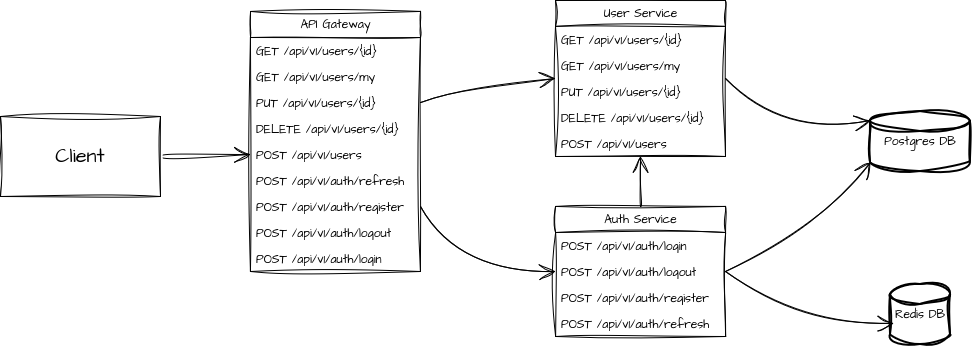
The draw.io diagram diagrams/Services Diagram.drawio.png in Alebik0/go-auth, before a commit. Source tidied: cells renumbered, new cells last; positions are measured from the earlier drawing's top-left corner, leaving out a move shared by most shapes.
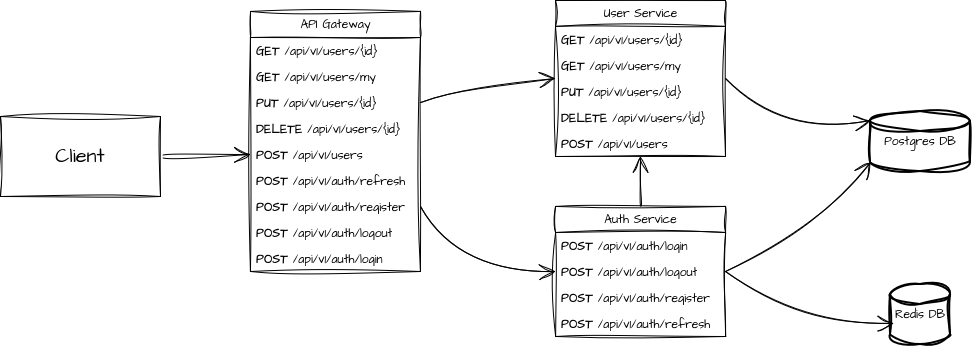
Above is the later version.

What changed in the source:
```diff
@@ -14,37 +14,37 @@
     <mxCell id="5" style="edgeStyle=none;curved=1;rounded=0;sketch=1;hachureGap=4;jiggle=2;curveFitting=1;jettySize=auto;html=1;exitX=0.5;exitY=0;exitDx=0;exitDy=0;entryX=0.5;entryY=1;entryDx=0;entryDy=0;fontFamily=Architects Daughter;fontSource=https%3A%2F%2Ffonts.googleapis.com%2Fcss%3Ffamily%3DArchitects%2BDaughter;fontSize=16;startSize=14;endArrow=open;endSize=14;sourcePerimeterSpacing=8;targetPerimeterSpacing=8;" parent="1" edge="1" source="6" target="11">
       <mxGeometry relative="1" as="geometry" />
     </mxCell>
-    <mxCell id="6" value="Auth Service" style="swimlane;fontStyle=0;horizontal=1;startSize=26;fillColor=none;html=1;sketch=1;hachureGap=4;jiggle=2;curveFitting=1;fontFamily=Architects Daughter;fontSource=https%3A%2F%2Ffonts.googleapis.com%2Fcss%3Ffamily%3DArchitects%2BDaughter;" parent="1" vertex="1">
+    <mxCell id="6" value="Auth Service" style="swimlane;fontStyle=0;horizontal=1;startSize=26;fillColor=default;html=1;sketch=1;hachureGap=4;jiggle=2;curveFitting=1;fontFamily=Architects Daughter;fontSource=https%3A%2F%2Ffonts.googleapis.com%2Fcss%3Ffamily%3DArchitects%2BDaughter;swimlaneFillColor=default;" parent="1" vertex="1">
       <mxGeometry x="555" y="206" width="170" height="130" as="geometry" />
     </mxCell>
-    <mxCell id="7" value="POST /api/v1/auth/login" style="text;strokeColor=none;fillColor=none;align=left;verticalAlign=top;spacingLeft=4;spacingRight=4;overflow=hidden;whiteSpace=wrap;html=1;fontFamily=Architects Daughter;fontSource=https%3A%2F%2Ffonts.googleapis.com%2Fcss%3Ffamily%3DArchitects%2BDaughter;" parent="6" vertex="1">
+    <mxCell id="7" value="&lt;b&gt;POST&lt;/b&gt; /api/v1/auth/login" style="text;strokeColor=none;fillColor=none;align=left;verticalAlign=top;spacingLeft=4;spacingRight=4;overflow=hidden;whiteSpace=wrap;html=1;fontFamily=Architects Daughter;fontSource=https%3A%2F%2Ffonts.googleapis.com%2Fcss%3Ffamily%3DArchitects%2BDaughter;" parent="6" vertex="1">
       <mxGeometry y="26" width="170" height="26" as="geometry" />
     </mxCell>
-    <mxCell id="8" value="POST /api/v1/auth/logout" style="text;strokeColor=none;fillColor=none;align=left;verticalAlign=top;spacingLeft=4;spacingRight=4;overflow=hidden;points=[[0,0.5],[1,0.5]];portConstraint=eastwest;whiteSpace=wrap;html=1;fontFamily=Architects Daughter;fontSource=https://fonts.googleapis.com/css?family=Architects+Daughter;" parent="6" vertex="1">
+    <mxCell id="8" value="&lt;b&gt;POST&lt;/b&gt; /api/v1/auth/logout" style="text;strokeColor=none;fillColor=none;align=left;verticalAlign=top;spacingLeft=4;spacingRight=4;overflow=hidden;points=[[0,0.5],[1,0.5]];portConstraint=eastwest;whiteSpace=wrap;html=1;fontFamily=Architects Daughter;fontSource=https://fonts.googleapis.com/css?family=Architects+Daughter;" parent="6" vertex="1">
       <mxGeometry y="52" width="170" height="26" as="geometry" />
     </mxCell>
-    <mxCell id="9" value="POST /api/v1/auth/register" style="text;strokeColor=none;fillColor=none;align=left;verticalAlign=top;spacingLeft=4;spacingRight=4;overflow=hidden;whiteSpace=wrap;html=1;fontFamily=Architects Daughter;fontSource=https://fonts.googleapis.com/css?family=Architects+Daughter;" parent="6" vertex="1">
+    <mxCell id="9" value="&lt;b&gt;POST&lt;/b&gt; /api/v1/auth/register" style="text;strokeColor=none;fillColor=none;align=left;verticalAlign=top;spacingLeft=4;spacingRight=4;overflow=hidden;whiteSpace=wrap;html=1;fontFamily=Architects Daughter;fontSource=https://fonts.googleapis.com/css?family=Architects+Daughter;" parent="6" vertex="1">
       <mxGeometry y="78" width="170" height="26" as="geometry" />
     </mxCell>
-    <mxCell id="10" value="POST /api/v1/auth/refresh" style="text;strokeColor=none;fillColor=none;align=left;verticalAlign=top;spacingLeft=4;spacingRight=4;overflow=hidden;whiteSpace=wrap;html=1;fontFamily=Architects Daughter;fontSource=https://fonts.googleapis.com/css?family=Architects+Daughter;" parent="6" vertex="1">
+    <mxCell id="10" value="&lt;b&gt;POST&lt;/b&gt; /api/v1/auth/refresh" style="text;strokeColor=none;fillColor=none;align=left;verticalAlign=top;spacingLeft=4;spacingRight=4;overflow=hidden;whiteSpace=wrap;html=1;fontFamily=Architects Daughter;fontSource=https://fonts.googleapis.com/css?family=Architects+Daughter;" parent="6" vertex="1">
       <mxGeometry y="104" width="170" height="26" as="geometry" />
     </mxCell>
-    <mxCell id="11" value="User Service" style="swimlane;fontStyle=0;horizontal=1;startSize=26;fillColor=none;html=1;sketch=1;hachureGap=4;jiggle=2;curveFitting=1;fontFamily=Architects Daughter;fontSource=https://fonts.googleapis.com/css?family=Architects+Daughter;" parent="1" vertex="1">
+    <mxCell id="11" value="User Service" style="swimlane;fontStyle=0;horizontal=1;startSize=26;fillColor=default;html=1;sketch=1;hachureGap=4;jiggle=2;curveFitting=1;fontFamily=Architects Daughter;fontSource=https://fonts.googleapis.com/css?family=Architects+Daughter;swimlaneFillColor=default;" parent="1" vertex="1">
       <mxGeometry x="555" width="170" height="156" as="geometry" />
     </mxCell>
-    <mxCell id="12" value="GET /api/v1/users/{id}" style="text;strokeColor=none;fillColor=none;align=left;verticalAlign=top;spacingLeft=4;spacingRight=4;overflow=hidden;whiteSpace=wrap;html=1;fontFamily=Architects Daughter;fontSource=https://fonts.googleapis.com/css?family=Architects+Daughter;" parent="11" vertex="1">
+    <mxCell id="12" value="&lt;b&gt;GET&lt;/b&gt; /api/v1/users/{id}" style="text;strokeColor=none;fillColor=none;align=left;verticalAlign=top;spacingLeft=4;spacingRight=4;overflow=hidden;whiteSpace=wrap;html=1;fontFamily=Architects Daughter;fontSource=https://fonts.googleapis.com/css?family=Architects+Daughter;" parent="11" vertex="1">
       <mxGeometry y="26" width="170" height="26" as="geometry" />
     </mxCell>
-    <mxCell id="13" value="GET /api/v1/users/my" style="text;strokeColor=none;fillColor=none;align=left;verticalAlign=top;spacingLeft=4;spacingRight=4;overflow=hidden;whiteSpace=wrap;html=1;fontFamily=Architects Daughter;fontSource=https://fonts.googleapis.com/css?family=Architects+Daughter;" parent="11" vertex="1">
+    <mxCell id="13" value="&lt;b&gt;GET&lt;/b&gt; /api/v1/users/my" style="text;strokeColor=none;fillColor=none;align=left;verticalAlign=top;spacingLeft=4;spacingRight=4;overflow=hidden;whiteSpace=wrap;html=1;fontFamily=Architects Daughter;fontSource=https://fonts.googleapis.com/css?family=Architects+Daughter;" parent="11" vertex="1">
       <mxGeometry y="52" width="170" height="26" as="geometry" />
     </mxCell>
-    <mxCell id="14" value="PUT /api/v1/users/{id}" style="text;strokeColor=none;fillColor=none;align=left;verticalAlign=top;spacingLeft=4;spacingRight=4;overflow=hidden;whiteSpace=wrap;html=1;fontFamily=Architects Daughter;fontSource=https://fonts.googleapis.com/css?family=Architects+Daughter;" parent="11" vertex="1">
+    <mxCell id="14" value="&lt;b&gt;PUT&lt;/b&gt; /api/v1/users/{id}" style="text;strokeColor=none;fillColor=none;align=left;verticalAlign=top;spacingLeft=4;spacingRight=4;overflow=hidden;whiteSpace=wrap;html=1;fontFamily=Architects Daughter;fontSource=https://fonts.googleapis.com/css?family=Architects+Daughter;" parent="11" vertex="1">
       <mxGeometry y="78" width="170" height="26" as="geometry" />
     </mxCell>
-    <mxCell id="15" value="DELETE /api/v1/users/{id}" style="text;strokeColor=none;fillColor=none;align=left;verticalAlign=top;spacingLeft=4;spacingRight=4;overflow=hidden;whiteSpace=wrap;html=1;fontFamily=Architects Daughter;fontSource=https://fonts.googleapis.com/css?family=Architects+Daughter;" parent="11" vertex="1">
+    <mxCell id="15" value="&lt;b&gt;DELETE&lt;/b&gt; /api/v1/users/{id}" style="text;strokeColor=none;fillColor=none;align=left;verticalAlign=top;spacingLeft=4;spacingRight=4;overflow=hidden;whiteSpace=wrap;html=1;fontFamily=Architects Daughter;fontSource=https://fonts.googleapis.com/css?family=Architects+Daughter;" parent="11" vertex="1">
       <mxGeometry y="104" width="170" height="26" as="geometry" />
     </mxCell>
-    <mxCell id="16" value="POST /api/v1/users" style="text;strokeColor=none;fillColor=none;align=left;verticalAlign=top;spacingLeft=4;spacingRight=4;overflow=hidden;whiteSpace=wrap;html=1;fontFamily=Architects Daughter;fontSource=https://fonts.googleapis.com/css?family=Architects+Daughter;" parent="11" vertex="1">
+    <mxCell id="16" value="&lt;b&gt;POST&lt;/b&gt; /api/v1/users" style="text;strokeColor=none;fillColor=none;align=left;verticalAlign=top;spacingLeft=4;spacingRight=4;overflow=hidden;whiteSpace=wrap;html=1;fontFamily=Architects Daughter;fontSource=https://fonts.googleapis.com/css?family=Architects+Daughter;" parent="11" vertex="1">
       <mxGeometry y="130" width="170" height="26" as="geometry" />
     </mxCell>
     <mxCell id="17" value="Postgres DB" style="strokeWidth=2;html=1;shape=mxgraph.flowchart.database;whiteSpace=wrap;sketch=1;hachureGap=4;jiggle=2;curveFitting=1;fontFamily=Architects Daughter;fontSource=https%3A%2F%2Ffonts.googleapis.com%2Fcss%3Ffamily%3DArchitects%2BDaughter;" parent="1" vertex="1">
@@ -74,34 +74,34 @@
         </Array>
       </mxGeometry>
     </mxCell>
-    <mxCell id="22" value="API Gateway" style="swimlane;fontStyle=0;horizontal=1;startSize=26;fillColor=none;html=1;sketch=1;hachureGap=4;jiggle=2;curveFitting=1;fontFamily=Architects Daughter;fontSource=https://fonts.googleapis.com/css?family=Architects+Daughter;" parent="1" vertex="1">
+    <mxCell id="22" value="API Gateway" style="swimlane;fontStyle=0;horizontal=1;startSize=26;fillColor=default;html=1;sketch=1;hachureGap=4;jiggle=2;curveFitting=1;fontFamily=Architects Daughter;fontSource=https://fonts.googleapis.com/css?family=Architects+Daughter;swimlaneFillColor=default;gradientColor=none;rounded=0;swimlaneLine=1;glass=0;shadow=0;align=center;labelBackgroundColor=none;textShadow=0;" parent="1" vertex="1">
       <mxGeometry x="250" y="11" width="170" height="260" as="geometry" />
     </mxCell>
-    <mxCell id="23" value="GET /api/v1/users/{id}" style="text;strokeColor=none;fillColor=none;align=left;verticalAlign=top;spacingLeft=4;spacingRight=4;overflow=hidden;whiteSpace=wrap;html=1;fontFamily=Architects Daughter;fontSource=https://fonts.googleapis.com/css?family=Architects+Daughter;" parent="22" vertex="1">
+    <mxCell id="23" value="&lt;b&gt;GET&lt;/b&gt; /api/v1/users/{id}" style="text;strokeColor=none;fillColor=none;align=left;verticalAlign=top;spacingLeft=4;spacingRight=4;overflow=hidden;whiteSpace=wrap;html=1;fontFamily=Architects Daughter;fontSource=https://fonts.googleapis.com/css?family=Architects+Daughter;labelBorderColor=none;labelBackgroundColor=none;textShadow=0;" parent="22" vertex="1">
       <mxGeometry y="26" width="170" height="26" as="geometry" />
     </mxCell>
-    <mxCell id="24" value="GET /api/v1/users/my" style="text;strokeColor=none;fillColor=none;align=left;verticalAlign=top;spacingLeft=4;spacingRight=4;overflow=hidden;whiteSpace=wrap;html=1;fontFamily=Architects Daughter;fontSource=https://fonts.googleapis.com/css?family=Architects+Daughter;" parent="22" vertex="1">
+    <mxCell id="24" value="&lt;b&gt;GET&lt;/b&gt; /api/v1/users/my" style="text;strokeColor=none;fillColor=none;align=left;verticalAlign=top;spacingLeft=4;spacingRight=4;overflow=hidden;whiteSpace=wrap;html=1;fontFamily=Architects Daughter;fontSource=https://fonts.googleapis.com/css?family=Architects+Daughter;labelBorderColor=none;labelBackgroundColor=none;textShadow=0;" parent="22" vertex="1">
       <mxGeometry y="52" width="170" height="26" as="geometry" />
     </mxCell>
-    <mxCell id="25" value="PUT /api/v1/users/{id}" style="text;strokeColor=none;fillColor=none;align=left;verticalAlign=top;spacingLeft=4;spacingRight=4;overflow=hidden;points=[[0,0.5],[1,0.5]];portConstraint=eastwest;whiteSpace=wrap;html=1;fontFamily=Architects Daughter;fontSource=https://fonts.googleapis.com/css?family=Architects+Daughter;" parent="22" vertex="1">
+    <mxCell id="25" value="&lt;b&gt;PUT&lt;/b&gt; /api/v1/users/{id}" style="text;strokeColor=none;fillColor=none;align=left;verticalAlign=top;spacingLeft=4;spacingRight=4;overflow=hidden;points=[[0,0.5],[1,0.5]];portConstraint=eastwest;whiteSpace=wrap;html=1;fontFamily=Architects Daughter;fontSource=https://fonts.googleapis.com/css?family=Architects+Daughter;labelBorderColor=none;labelBackgroundColor=none;textShadow=0;" parent="22" vertex="1">
       <mxGeometry y="78" width="170" height="26" as="geometry" />
     </mxCell>
-    <mxCell id="26" value="DELETE /api/v1/users/{id}" style="text;strokeColor=none;fillColor=none;align=left;verticalAlign=top;spacingLeft=4;spacingRight=4;overflow=hidden;whiteSpace=wrap;html=1;fontFamily=Architects Daughter;fontSource=https://fonts.googleapis.com/css?family=Architects+Daughter;" parent="22" vertex="1">
+    <mxCell id="26" value="&lt;b&gt;DELETE&lt;/b&gt; /api/v1/users/{id}" style="text;strokeColor=none;fillColor=none;align=left;verticalAlign=top;spacingLeft=4;spacingRight=4;overflow=hidden;whiteSpace=wrap;html=1;fontFamily=Architects Daughter;fontSource=https://fonts.googleapis.com/css?family=Architects+Daughter;labelBorderColor=none;labelBackgroundColor=none;textShadow=0;" parent="22" vertex="1">
       <mxGeometry y="104" width="170" height="26" as="geometry" />
     </mxCell>
-    <mxCell id="27" value="POST /api/v1/users" style="text;strokeColor=none;fillColor=none;align=left;verticalAlign=top;spacingLeft=4;spacingRight=4;overflow=hidden;points=[[0,0.5],[1,0.5]];portConstraint=eastwest;whiteSpace=wrap;html=1;fontFamily=Architects Daughter;fontSource=https://fonts.googleapis.com/css?family=Architects+Daughter;" parent="22" vertex="1">
+    <mxCell id="27" value="&lt;b&gt;POST&lt;/b&gt; /api/v1/users" style="text;strokeColor=none;fillColor=none;align=left;verticalAlign=top;spacingLeft=4;spacingRight=4;overflow=hidden;points=[[0,0.5],[1,0.5]];portConstraint=eastwest;whiteSpace=wrap;html=1;fontFamily=Architects Daughter;fontSource=https://fonts.googleapis.com/css?family=Architects+Daughter;labelBorderColor=none;labelBackgroundColor=none;textShadow=0;" parent="22" vertex="1">
       <mxGeometry y="130" width="170" height="26" as="geometry" />
     </mxCell>
-    <mxCell id="28" value="POST /api/v1/auth/refresh" style="text;strokeColor=none;fillColor=none;align=left;verticalAlign=top;spacingLeft=4;spacingRight=4;overflow=hidden;whiteSpace=wrap;html=1;fontFamily=Architects Daughter;fontSource=https://fonts.googleapis.com/css?family=Architects+Daughter;" parent="22" vertex="1">
+    <mxCell id="28" value="&lt;b&gt;POST&lt;/b&gt; /api/v1/auth/refresh" style="text;strokeColor=none;fillColor=none;align=left;verticalAlign=top;spacingLeft=4;spacingRight=4;overflow=hidden;whiteSpace=wrap;html=1;fontFamily=Architects Daughter;fontSource=https://fonts.googleapis.com/css?family=Architects+Daughter;labelBorderColor=none;labelBackgroundColor=none;textShadow=0;" parent="22" vertex="1">
       <mxGeometry y="156" width="170" height="26" as="geometry" />
     </mxCell>
-    <mxCell id="29" value="POST /api/v1/auth/register" style="text;strokeColor=none;fillColor=none;align=left;verticalAlign=top;spacingLeft=4;spacingRight=4;overflow=hidden;points=[[0,0.5],[1,0.5]];portConstraint=eastwest;whiteSpace=wrap;html=1;fontFamily=Architects Daughter;fontSource=https://fonts.googleapis.com/css?family=Architects+Daughter;" parent="22" vertex="1">
+    <mxCell id="29" value="&lt;b&gt;POST&lt;/b&gt; /api/v1/auth/register" style="text;strokeColor=none;fillColor=none;align=left;verticalAlign=top;spacingLeft=4;spacingRight=4;overflow=hidden;points=[[0,0.5],[1,0.5]];portConstraint=eastwest;whiteSpace=wrap;html=1;fontFamily=Architects Daughter;fontSource=https://fonts.googleapis.com/css?family=Architects+Daughter;labelBorderColor=none;labelBackgroundColor=none;textShadow=0;" parent="22" vertex="1">
       <mxGeometry y="182" width="170" height="26" as="geometry" />
     </mxCell>
-    <mxCell id="30" value="POST /api/v1/auth/logout" style="text;strokeColor=none;fillColor=none;align=left;verticalAlign=top;spacingLeft=4;spacingRight=4;overflow=hidden;whiteSpace=wrap;html=1;fontFamily=Architects Daughter;fontSource=https://fonts.googleapis.com/css?family=Architects+Daughter;" parent="22" vertex="1">
+    <mxCell id="30" value="&lt;b&gt;POST&lt;/b&gt; /api/v1/auth/logout" style="text;strokeColor=none;fillColor=none;align=left;verticalAlign=top;spacingLeft=4;spacingRight=4;overflow=hidden;whiteSpace=wrap;html=1;fontFamily=Architects Daughter;fontSource=https://fonts.googleapis.com/css?family=Architects+Daughter;labelBorderColor=none;labelBackgroundColor=none;textShadow=0;" parent="22" vertex="1">
       <mxGeometry y="208" width="170" height="26" as="geometry" />
     </mxCell>
-    <mxCell id="31" value="POST /api/v1/auth/login" style="text;strokeColor=none;fillColor=none;align=left;verticalAlign=top;spacingLeft=4;spacingRight=4;overflow=hidden;whiteSpace=wrap;html=1;fontFamily=Architects Daughter;fontSource=https://fonts.googleapis.com/css?family=Architects+Daughter;" parent="22" vertex="1">
+    <mxCell id="31" value="&lt;b&gt;POST&lt;/b&gt; /api/v1/auth/login" style="text;strokeColor=none;fillColor=none;align=left;verticalAlign=top;spacingLeft=4;spacingRight=4;overflow=hidden;whiteSpace=wrap;html=1;fontFamily=Architects Daughter;fontSource=https://fonts.googleapis.com/css?family=Architects+Daughter;labelBorderColor=none;labelBackgroundColor=none;textShadow=0;" parent="22" vertex="1">
       <mxGeometry y="234" width="170" height="26" as="geometry" />
     </mxCell>
     <mxCell id="32" style="edgeStyle=none;curved=1;rounded=0;sketch=1;hachureGap=4;jiggle=2;curveFitting=1;jettySize=auto;html=1;exitX=1;exitY=0.5;exitDx=0;exitDy=0;entryX=0;entryY=0.5;entryDx=0;entryDy=0;fontFamily=Architects Daughter;fontSource=https%3A%2F%2Ffonts.googleapis.com%2Fcss%3Ffamily%3DArchitects%2BDaughter;fontSize=16;startSize=14;endArrow=open;endSize=14;sourcePerimeterSpacing=8;targetPerimeterSpacing=8;" parent="1" edge="1" source="25" target="11">
```
